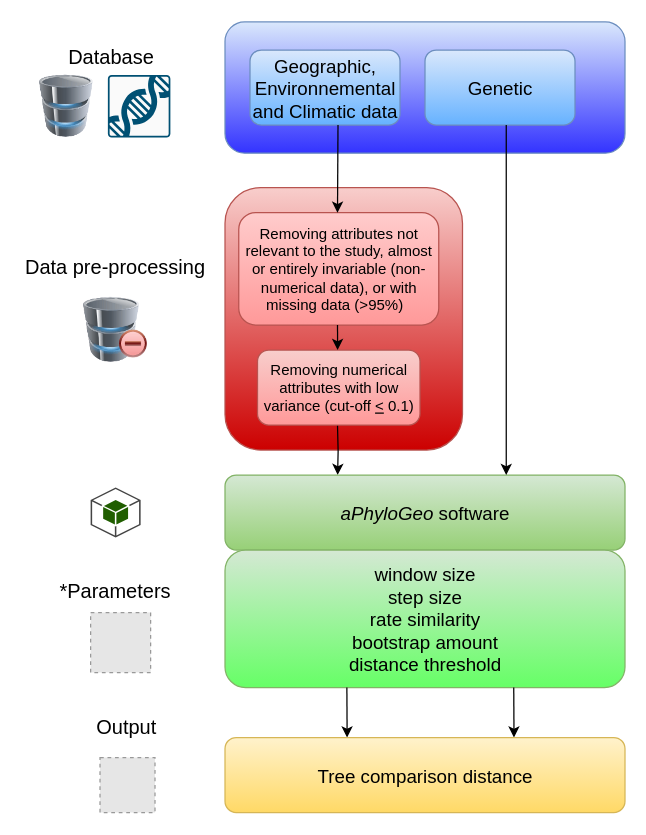
This is papers/Gagnon_Kebe_Tahiri/diagram.drawio from scipy-conference/scipy_proceedings, a draw.io file, before an edit. Source tidied: cells renumbered, new cells numbered last; positions are measured from the earlier drawing's top-left corner, leaving out a move shared by most shapes. Both pictures are drawn from the tidied source at 125%, with x=0, y=0 at pixel (21, 21). Pictures stored in the file or linked from it are replaced by grey dashed boxes.
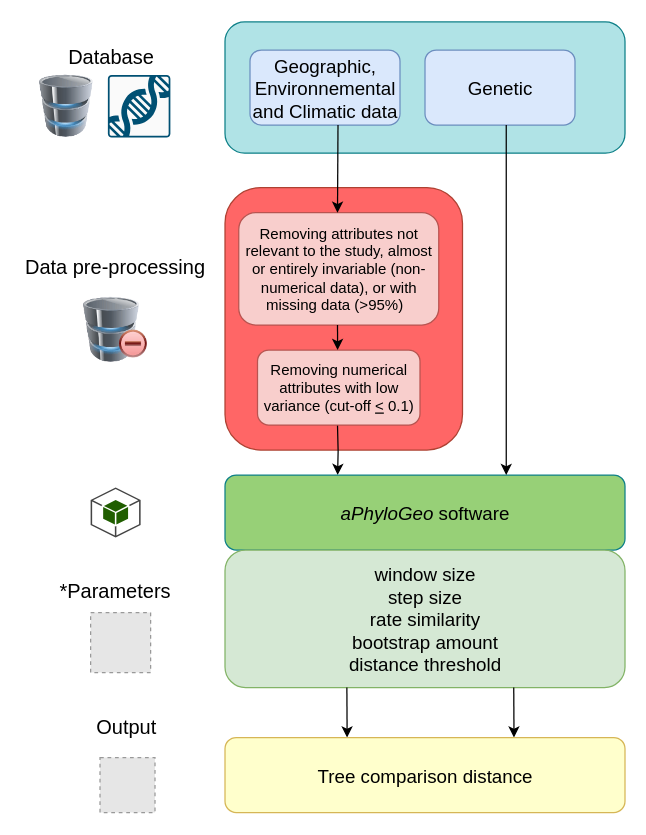
After the change.

Commit message:
Mettre à jour diagram.drawio

What changed in the source:
```diff
@@
-    <mxCell id="2" style="rounded=1;whiteSpace=wrap;html=1;fillColor=#f8cecc;strokeColor=#b85450;gradientColor=#CC0000;" parent="1" vertex="1">
+    <mxCell id="2" style="rounded=1;whiteSpace=wrap;html=1;fillColor=#FF6666;strokeColor=#ae4132;" parent="1" vertex="1">
       <mxGeometry x="162.5" y="132.5" width="190" height="210" as="geometry" />
     </mxCell>
-    <mxCell id="3" style="rounded=1;whiteSpace=wrap;html=1;fillColor=#dae8fc;strokeColor=#6c8ebf;gradientColor=#3333FF;" parent="1" vertex="1">
+    <mxCell id="3" style="rounded=1;whiteSpace=wrap;html=1;fillColor=#b0e3e6;strokeColor=#0e8088;" parent="1" vertex="1">
       <mxGeometry x="162.5" width="320" height="105" as="geometry" />
     </mxCell>
-    <mxCell id="4" value="&lt;font style=&quot;font-size: 15px;&quot;&gt;Geographic, Environnemental and Climatic data&lt;/font&gt;" style="rounded=1;whiteSpace=wrap;html=1;fillColor=#dae8fc;strokeColor=#6c8ebf;gradientColor=#66B2FF;" parent="1" vertex="1">
+    <mxCell id="4" value="&lt;font style=&quot;font-size: 15px;&quot;&gt;Geographic, Environnemental and Climatic data&lt;/font&gt;" style="rounded=1;whiteSpace=wrap;html=1;fillColor=#dae8fc;strokeColor=#6c8ebf;" parent="1" vertex="1">
       <mxGeometry x="182.5" y="22.5" width="120" height="60" as="geometry" />
     </mxCell>
-    <mxCell id="5" value="&lt;font style=&quot;font-size: 15px;&quot;&gt;Genetic&lt;/font&gt;" style="rounded=1;whiteSpace=wrap;html=1;fillColor=#dae8fc;strokeColor=#6c8ebf;gradientColor=#66B2FF;" parent="1" vertex="1">
+    <mxCell id="5" value="&lt;font style=&quot;font-size: 15px;&quot;&gt;Genetic&lt;/font&gt;" style="rounded=1;whiteSpace=wrap;html=1;fillColor=#dae8fc;strokeColor=#6c8ebf;" parent="1" vertex="1">
       <mxGeometry x="322.5" y="22.5" width="120" height="60" as="geometry" />
     </mxCell>
-    <mxCell id="6" value="Removing attributes not relevant to the study, almost or entirely invariable (non-numerical data), or with missing data (&amp;gt;95%)&amp;nbsp;&amp;nbsp;" style="rounded=1;whiteSpace=wrap;html=1;fillColor=#FFCCCC;strokeColor=#b85450;gradientColor=#FF9999;" parent="1" vertex="1">
+    <mxCell id="6" value="Removing attributes not relevant to the study, almost or entirely invariable (non-numerical data), or with missing data (&amp;gt;95%)&amp;nbsp;&amp;nbsp;" style="rounded=1;whiteSpace=wrap;html=1;fillColor=#f8cecc;strokeColor=#b85450;" parent="1" vertex="1">
       <mxGeometry x="173.5" y="152.5" width="160" height="90" as="geometry" />
     </mxCell>
@@
-    <mxCell id="8" value="&lt;div style=&quot;&quot;&gt;&lt;span style=&quot;background-color: initial;&quot;&gt;Removing numerical attributes with low variance (cut-off &lt;u&gt;&amp;lt;&lt;/u&gt; 0.1)&lt;/span&gt;&lt;/div&gt;" style="rounded=1;whiteSpace=wrap;html=1;fillColor=#f8cecc;strokeColor=#b85450;align=center;gradientColor=#FF9999;" parent="1" vertex="1">
+    <mxCell id="8" value="&lt;div style=&quot;&quot;&gt;&lt;span style=&quot;background-color: initial;&quot;&gt;Removing numerical attributes with low variance (cut-off &lt;u&gt;&amp;lt;&lt;/u&gt; 0.1)&lt;/span&gt;&lt;/div&gt;" style="rounded=1;whiteSpace=wrap;html=1;fillColor=#f8cecc;strokeColor=#b85450;align=center;" parent="1" vertex="1">
       <mxGeometry x="188.5" y="262.5" width="130" height="60" as="geometry" />
     </mxCell>
@@
-    <mxCell id="11" value="&lt;font style=&quot;font-size: 15px;&quot;&gt;&lt;i&gt;aPhyloGeo&lt;/i&gt; software&lt;/font&gt;" style="rounded=1;whiteSpace=wrap;html=1;fillColor=#d5e8d4;strokeColor=#82b366;gradientColor=#97d077;" parent="1" vertex="1">
+    <mxCell id="11" value="&lt;font style=&quot;font-size: 15px;&quot;&gt;&lt;i&gt;aPhyloGeo&lt;/i&gt; software&lt;/font&gt;" style="rounded=1;whiteSpace=wrap;html=1;fillColor=#97D077;strokeColor=#0e8088;" parent="1" vertex="1">
       <mxGeometry x="162.5" y="362.5" width="320" height="60" as="geometry" />
     </mxCell>
@@
-    <mxCell id="13" value="&lt;div style=&quot;margin-top: 0px; margin-bottom: 0px; padding-left: 0px; padding-right: 0px;&quot;&gt;&lt;span style=&quot;background-color: initial; font-size: 15px;&quot;&gt;window size&lt;br&gt;&lt;/span&gt;&lt;span style=&quot;background-color: initial; font-size: 15px;&quot;&gt;step size&lt;br&gt;&lt;/span&gt;&lt;span style=&quot;background-color: initial; font-size: 15px;&quot;&gt;rate similarity&lt;/span&gt;&lt;br style=&quot;font-size: 16px;&quot;&gt;&lt;span style=&quot;background-color: initial; font-size: 15px;&quot;&gt;bootstrap amount&lt;/span&gt;&lt;br style=&quot;font-size: 16px;&quot;&gt;&lt;span style=&quot;background-color: initial; font-size: 15px;&quot;&gt;distance threshold&lt;/span&gt;&lt;br&gt;&lt;/div&gt;" style="rounded=1;whiteSpace=wrap;html=1;align=center;fillColor=#d5e8d4;strokeColor=#82b366;gradientColor=#66FF66;" parent="1" vertex="1">
+    <mxCell id="13" value="&lt;div style=&quot;margin-top: 0px; margin-bottom: 0px; padding-left: 0px; padding-right: 0px;&quot;&gt;&lt;span style=&quot;background-color: initial; font-size: 15px;&quot;&gt;window size&lt;br&gt;&lt;/span&gt;&lt;span style=&quot;background-color: initial; font-size: 15px;&quot;&gt;step size&lt;br&gt;&lt;/span&gt;&lt;span style=&quot;background-color: initial; font-size: 15px;&quot;&gt;rate similarity&lt;/span&gt;&lt;br style=&quot;font-size: 16px;&quot;&gt;&lt;span style=&quot;background-color: initial; font-size: 15px;&quot;&gt;bootstrap amount&lt;/span&gt;&lt;br style=&quot;font-size: 16px;&quot;&gt;&lt;span style=&quot;background-color: initial; font-size: 15px;&quot;&gt;distance threshold&lt;/span&gt;&lt;br&gt;&lt;/div&gt;" style="rounded=1;whiteSpace=wrap;html=1;align=center;fillColor=#d5e8d4;strokeColor=#82b366;" parent="1" vertex="1">
       <mxGeometry x="162.5" y="422.5" width="320" height="110" as="geometry" />
     </mxCell>
@@
-    <mxCell id="16" value="&lt;font style=&quot;font-size: 15px;&quot;&gt;Tree comparison distance&lt;/font&gt;" style="rounded=1;whiteSpace=wrap;html=1;fillColor=#fff2cc;strokeColor=#d6b656;gradientColor=#ffd966;" parent="1" vertex="1">
+    <mxCell id="16" value="&lt;font style=&quot;font-size: 15px;&quot;&gt;Tree comparison distance&lt;/font&gt;" style="rounded=1;whiteSpace=wrap;html=1;fillColor=#FFFFCC;strokeColor=#d6b656;" parent="1" vertex="1">
       <mxGeometry x="162.5" y="572.5" width="320" height="60" as="geometry" />
     </mxCell>
```
